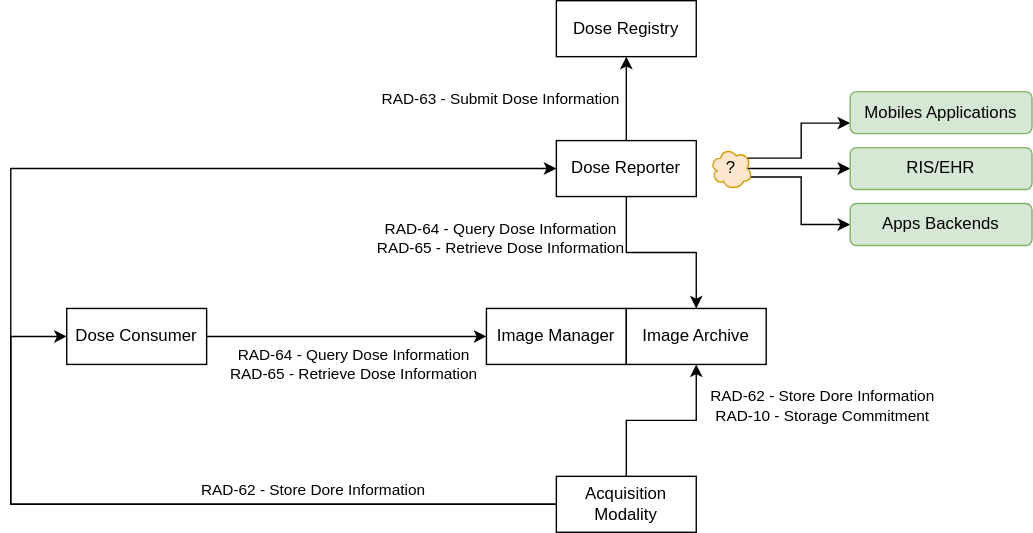
This is input/images/problem.svg from HL7/fhir-radiation-dose-summary-ig, a draw.io export, as it was before one commit. Source tidied: cells renumbered, new cells last; positions are measured from the earlier drawing's top-left corner, leaving out a move shared by most shapes.
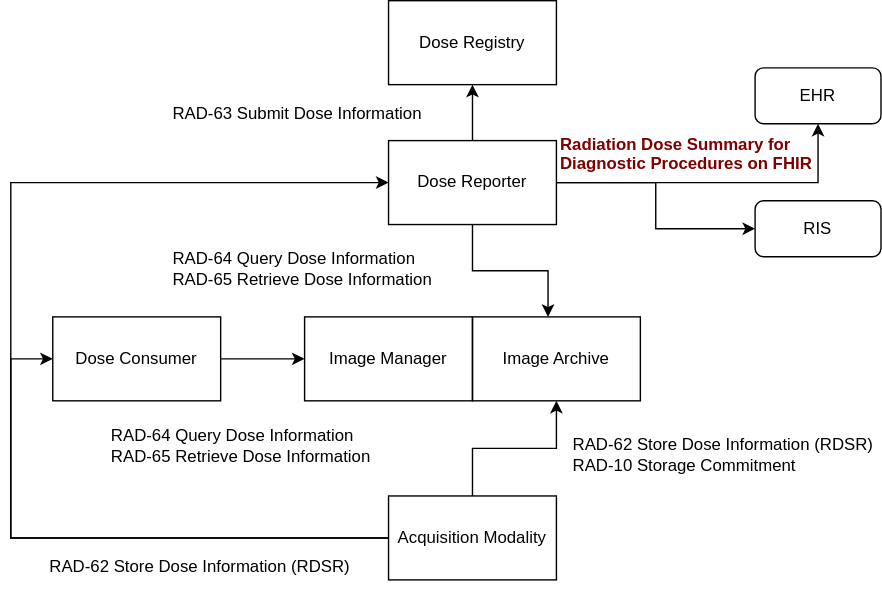
After the change.

The edit, as a diff of the source:
```diff
@@ -1,73 +1,82 @@
-<mxGraphModel>
+<mxGraphModel background="#ffffff">
   <root>
     <mxCell id="0" />
     <mxCell id="1" parent="0" />
+    <mxCell id="13" value="&lt;font color=&quot;#000000&quot;&gt;Dose Registry&lt;/font&gt;" style="rounded=0;whiteSpace=wrap;html=1;fillColor=none;strokeColor=#000000;" parent="1" vertex="1">
+      <mxGeometry x="770" y="60" width="120" height="60" as="geometry" />
+    </mxCell>
+    <mxCell id="8" style="edgeStyle=orthogonalEdgeStyle;rounded=0;jettySize=auto;html=1;exitX=0.5;exitY=0;exitDx=0;exitDy=0;entryX=0.5;entryY=1;entryDx=0;entryDy=0;strokeColor=#000000;" parent="1" edge="1" source="9" target="13">
+      <mxGeometry relative="1" as="geometry" />
+    </mxCell>
-    <mxCell id="2" value="RAD-64 - Query Dose Information&lt;br&gt;RAD-65 - Retrieve Dose Information" style="edgeStyle=orthogonalEdgeStyle;rounded=0;jettySize=auto;html=1;exitX=0.5;exitY=1;exitDx=0;exitDy=0;entryX=0.5;entryY=0;entryDx=0;entryDy=0;" parent="1" edge="1" source="9" target="11">
-      <mxGeometry x="-0.54" y="-90" relative="1" as="geometry" />
+    <mxCell id="2" style="edgeStyle=orthogonalEdgeStyle;rounded=0;jettySize=auto;html=1;exitX=0.5;exitY=1;exitDx=0;exitDy=0;entryX=0.45;entryY=0;entryDx=0;entryDy=0;entryPerimeter=0;strokeColor=#000000;" parent="1" edge="1" source="9" target="11">
+      <mxGeometry relative="1" as="geometry" />
     </mxCell>
+    <mxCell id="21" style="edgeStyle=orthogonalEdgeStyle;rounded=0;jettySize=auto;html=1;exitX=1;exitY=0.5;exitDx=0;exitDy=0;" parent="1" edge="1" source="9" target="24">
+      <mxGeometry relative="1" as="geometry" />
+    </mxCell>
+    <mxCell id="22" style="edgeStyle=orthogonalEdgeStyle;rounded=0;jettySize=auto;html=1;exitX=1;exitY=0.5;exitDx=0;exitDy=0;entryX=0.5;entryY=1;entryDx=0;entryDy=0;" parent="1" edge="1" source="9" target="23">
+      <mxGeometry relative="1" as="geometry" />
+    </mxCell>
+    <mxCell id="9" value="&lt;font color=&quot;#000000&quot;&gt;Dose Reporter&lt;/font&gt;" style="rounded=0;whiteSpace=wrap;html=1;fillColor=none;strokeColor=#000000;" parent="1" vertex="1">
+      <mxGeometry x="770" y="160" width="120" height="60" as="geometry" />
+    </mxCell>
-    <mxCell id="3" value="Image Manager" style="rounded=0;whiteSpace=wrap;html=1;" parent="1" vertex="1">
-      <mxGeometry x="340" y="220" width="100" height="40" as="geometry" />
+    <mxCell id="3" value="&lt;font color=&quot;#000000&quot;&gt;Image Manager&lt;/font&gt;" style="rounded=0;whiteSpace=wrap;html=1;fillColor=none;strokeColor=#000000;" parent="1" vertex="1">
+      <mxGeometry x="710" y="286" width="120" height="60" as="geometry" />
     </mxCell>
+    <mxCell id="11" value="&lt;font color=&quot;#000000&quot;&gt;Image Archive&lt;/font&gt;" style="rounded=0;whiteSpace=wrap;html=1;fillColor=none;strokeColor=#000000;" parent="1" vertex="1">
+      <mxGeometry x="830" y="286" width="120" height="60" as="geometry" />
+    </mxCell>
+    <mxCell id="12" style="edgeStyle=orthogonalEdgeStyle;rounded=0;jettySize=auto;html=1;exitX=1;exitY=0.5;exitDx=0;exitDy=0;entryX=0;entryY=0.5;entryDx=0;entryDy=0;strokeColor=#000000;" parent="1" edge="1" source="10" target="3">
+      <mxGeometry relative="1" as="geometry" />
+    </mxCell>
+    <mxCell id="10" value="&lt;font color=&quot;#000000&quot;&gt;Dose Consumer&lt;/font&gt;" style="rounded=0;whiteSpace=wrap;html=1;fillColor=none;strokeColor=#000000;" parent="1" vertex="1">
+      <mxGeometry x="530" y="286" width="120" height="60" as="geometry" />
+    </mxCell>
+    <mxCell id="6" style="edgeStyle=orthogonalEdgeStyle;rounded=0;jettySize=auto;html=1;exitX=0;exitY=0.5;exitDx=0;exitDy=0;entryX=0;entryY=0.5;entryDx=0;entryDy=0;strokeColor=#000000;" parent="1" edge="1" source="7" target="10">
+      <mxGeometry relative="1" as="geometry">
+        <Array as="points">
+          <mxPoint x="500" y="444" />
+          <mxPoint x="500" y="316" />
+        </Array>
+      </mxGeometry>
+    </mxCell>
-    <mxCell id="4" style="edgeStyle=orthogonalEdgeStyle;rounded=0;jettySize=auto;html=1;exitX=1;exitY=0.5;exitDx=0;exitDy=0;entryX=0;entryY=0.5;entryDx=0;entryDy=0;" parent="1" edge="1" source="7" target="9">
+    <mxCell id="4" style="edgeStyle=orthogonalEdgeStyle;rounded=0;jettySize=auto;html=1;entryX=0;entryY=0.5;entryDx=0;entryDy=0;exitX=0;exitY=0.5;exitDx=0;exitDy=0;strokeColor=#000000;" parent="1" edge="1" source="7" target="9">
       <mxGeometry relative="1" as="geometry">
         <Array as="points">
-          <mxPoint y="360" />
-          <mxPoint y="120" />
+          <mxPoint x="500" y="444" />
+          <mxPoint x="500" y="190" />
         </Array>
       </mxGeometry>
     </mxCell>
-    <mxCell id="5" value="RAD-62 - Store Dore Information&lt;br&gt;RAD-10 - Storage Commitment" style="edgeStyle=orthogonalEdgeStyle;rounded=0;jettySize=auto;html=1;exitX=0.5;exitY=0;exitDx=0;exitDy=0;entryX=0.5;entryY=1;entryDx=0;entryDy=0;" parent="1" edge="1" source="7" target="11">
-      <mxGeometry x="0.54" y="-90" relative="1" as="geometry" />
+    <mxCell id="5" style="edgeStyle=orthogonalEdgeStyle;rounded=0;jettySize=auto;html=1;exitX=0.5;exitY=0;exitDx=0;exitDy=0;entryX=0.5;entryY=1;entryDx=0;entryDy=0;strokeColor=#000000;" parent="1" edge="1" source="7" target="11">
+      <mxGeometry relative="1" as="geometry" />
     </mxCell>
-    <mxCell id="6" value="RAD-62 - Store Dore Information" style="edgeStyle=orthogonalEdgeStyle;rounded=0;jettySize=auto;html=1;exitX=0;exitY=0.5;exitDx=0;exitDy=0;entryX=0;entryY=0.5;entryDx=0;entryDy=0;" parent="1" edge="1" source="7" target="10">
-      <mxGeometry x="-0.37" y="-10" relative="1" as="geometry">
-        <Array as="points">
-          <mxPoint y="360" />
-          <mxPoint y="240" />
-        </Array>
-      </mxGeometry>
-    </mxCell>
-    <mxCell id="7" value="Acquisition Modality" style="rounded=0;whiteSpace=wrap;html=1;" parent="1" vertex="1">
-      <mxGeometry x="390" y="340" width="100" height="40" as="geometry" />
+    <mxCell id="7" value="&lt;font color=&quot;#050505&quot;&gt;Acquisition Modality&lt;/font&gt;" style="rounded=0;whiteSpace=wrap;html=1;fillColor=none;strokeColor=#000000;" parent="1" vertex="1">
+      <mxGeometry x="770" y="414" width="120" height="60" as="geometry" />
     </mxCell>
-    <mxCell id="8" value="RAD-63 - Submit Dose Information" style="edgeStyle=orthogonalEdgeStyle;rounded=0;jettySize=auto;html=1;exitX=0.5;exitY=0;exitDx=0;exitDy=0;entryX=0.5;entryY=1;entryDx=0;entryDy=0;" parent="1" edge="1" source="9" target="13">
-      <mxGeometry y="90" relative="1" as="geometry" />
-    </mxCell>
-    <mxCell id="9" value="Dose Reporter" style="rounded=0;whiteSpace=wrap;html=1;" parent="1" vertex="1">
-      <mxGeometry x="390" y="100" width="100" height="40" as="geometry" />
-    </mxCell>
-    <mxCell id="10" value="Dose Consumer" style="rounded=0;whiteSpace=wrap;html=1;" parent="1" vertex="1">
-      <mxGeometry x="40" y="220" width="100" height="40" as="geometry" />
-    </mxCell>
-    <mxCell id="11" value="Image Archive" style="rounded=0;whiteSpace=wrap;html=1;" parent="1" vertex="1">
-      <mxGeometry x="440" y="220" width="100" height="40" as="geometry" />
-    </mxCell>
-    <mxCell id="12" value="RAD-64 - Query Dose Information&lt;br&gt;RAD-65 - Retrieve Dose Information" style="edgeStyle=orthogonalEdgeStyle;rounded=0;jettySize=auto;html=1;entryX=0;entryY=0.5;entryDx=0;entryDy=0;exitX=1;exitY=0.5;exitDx=0;exitDy=0;" parent="1" edge="1" source="10" target="3">
-      <mxGeometry x="0.05" y="-20" relative="1" as="geometry" />
-    </mxCell>
-    <mxCell id="13" value="Dose Registry" style="rounded=0;whiteSpace=wrap;html=1;" parent="1" vertex="1">
-      <mxGeometry x="390" width="100" height="40" as="geometry" />
-    </mxCell>
-    <mxCell id="14" style="edgeStyle=orthogonalEdgeStyle;rounded=0;jettySize=auto;html=1;exitX=0.88;exitY=0.25;exitDx=0;exitDy=0;exitPerimeter=0;entryX=0;entryY=0.75;entryDx=0;entryDy=0;" parent="1" edge="1" source="17" target="18">
-      <mxGeometry relative="1" as="geometry" />
-    </mxCell>
-    <mxCell id="15" style="edgeStyle=orthogonalEdgeStyle;rounded=0;jettySize=auto;html=1;exitX=0.875;exitY=0.5;exitDx=0;exitDy=0;exitPerimeter=0;entryX=0;entryY=0.5;entryDx=0;entryDy=0;" parent="1" edge="1" source="17" target="19">
-      <mxGeometry relative="1" as="geometry" />
-    </mxCell>
-    <mxCell id="16" style="edgeStyle=orthogonalEdgeStyle;rounded=0;jettySize=auto;html=1;exitX=0.96;exitY=0.7;exitDx=0;exitDy=0;exitPerimeter=0;entryX=0;entryY=0.5;entryDx=0;entryDy=0;" parent="1" edge="1" source="17" target="20">
-      <mxGeometry relative="1" as="geometry" />
-    </mxCell>
-    <mxCell id="17" value="?" style="ellipse;shape=cloud;whiteSpace=wrap;html=1;fillColor=#ffe6cc;strokeColor=#d79b00;" parent="1" vertex="1">
-      <mxGeometry x="500" y="105" width="30" height="30" as="geometry" />
-    </mxCell>
-    <mxCell id="18" value="Mobiles Applications" style="rounded=1;whiteSpace=wrap;html=1;fillColor=#d5e8d4;strokeColor=#82b366;" parent="1" vertex="1">
-      <mxGeometry x="600" y="65" width="130" height="30" as="geometry" />
-    </mxCell>
-    <mxCell id="19" value="RIS/EHR" style="rounded=1;whiteSpace=wrap;html=1;fillColor=#d5e8d4;strokeColor=#82b366;" parent="1" vertex="1">
-      <mxGeometry x="600" y="105" width="130" height="30" as="geometry" />
-    </mxCell>
-    <mxCell id="20" value="Apps Backends" style="rounded=1;whiteSpace=wrap;html=1;fillColor=#d5e8d4;strokeColor=#82b366;" parent="1" vertex="1">
-      <mxGeometry x="600" y="145" width="130" height="30" as="geometry" />
-    </mxCell>
+    <mxCell id="23" value="EHR" style="rounded=1;whiteSpace=wrap;html=1;fontColor=#000000;strokeColor=#000000;fillColor=none;" parent="1" vertex="1">
+      <mxGeometry x="1032" y="108" width="90" height="40" as="geometry" />
+    </mxCell>
+    <mxCell id="24" value="RIS" style="rounded=1;whiteSpace=wrap;html=1;fontColor=#000000;strokeColor=#000000;fillColor=none;" parent="1" vertex="1">
+      <mxGeometry x="1032" y="203" width="90" height="40" as="geometry" />
+    </mxCell>
+    <mxCell id="25" value="RAD-64&amp;nbsp;Query Dose Information&lt;br&gt;RAD-65 Retrieve Dose Information" style="rounded=0;whiteSpace=wrap;html=1;strokeColor=none;align=left;fillColor=none;fontColor=#000000;" parent="1" vertex="1">
+      <mxGeometry x="614" y="222" width="210" height="60" as="geometry" />
+    </mxCell>
+    <mxCell id="26" value="RAD-63&amp;nbsp;Submit Dose Information" style="rounded=0;whiteSpace=wrap;html=1;strokeColor=none;align=left;fillColor=none;fontColor=#000000;" parent="1" vertex="1">
+      <mxGeometry x="614" y="126" width="200" height="30" as="geometry" />
+    </mxCell>
+    <mxCell id="27" value="RAD-64&amp;nbsp;Query Dose Information&lt;br&gt;RAD-65 Retrieve Dose Information" style="rounded=0;whiteSpace=wrap;html=1;strokeColor=none;align=left;fillColor=none;fontColor=#000000;" parent="1" vertex="1">
+      <mxGeometry x="570" y="350" width="210" height="56" as="geometry" />
+    </mxCell>
+    <mxCell id="28" value="RAD-62 Store Dose Information (RDSR)" style="rounded=0;whiteSpace=wrap;html=1;strokeColor=none;align=left;fillColor=none;fontColor=#000000;" parent="1" vertex="1">
+      <mxGeometry x="526" y="450" width="226" height="30" as="geometry" />
+    </mxCell>
+    <mxCell id="29" value="&lt;font color=&quot;#000000&quot;&gt;RAD-62 Store Dose Information (RDSR)&lt;br&gt;RAD-10 Storage Commitment&lt;/font&gt;" style="rounded=0;whiteSpace=wrap;html=1;strokeColor=none;align=left;fillColor=none;" parent="1" vertex="1">
+      <mxGeometry x="900" y="370" width="220" height="30" as="geometry" />
+    </mxCell>
+    <mxCell id="30" value="&lt;span style=&quot;font-weight: bold;&quot;&gt;&lt;font style=&quot;font-size: 12px;&quot;&gt;Radiation Dose Summary for Diagnostic Procedures on FHIR&lt;/font&gt;&lt;/span&gt;" style="text;whiteSpace=wrap;html=1;fontSize=11;fontColor=#7e0000;" parent="1" vertex="1">
+      <mxGeometry x="891" y="149" width="185" height="50" as="geometry" />
+    </mxCell>
   </root>
 </mxGraphModel>
```
